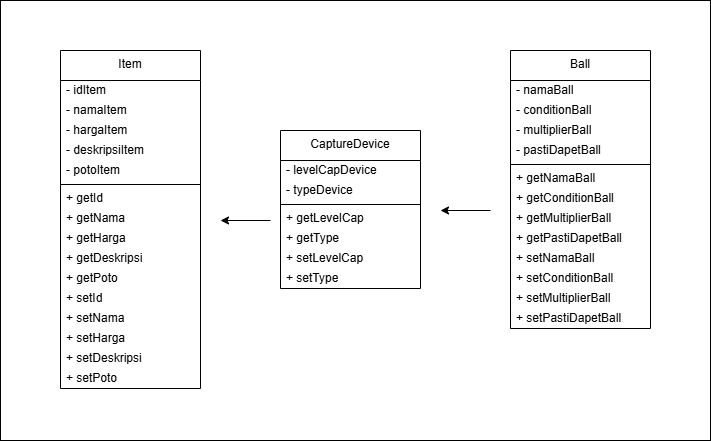
HasbieAssyattar/TP2DPBO2526C1 keeps this draw.io diagram as desain.png. Above is the earlier version. Source tidied: cells renumbered, new cells last; positions are measured from the earlier drawing's top-left corner, leaving out a move shared by most shapes.
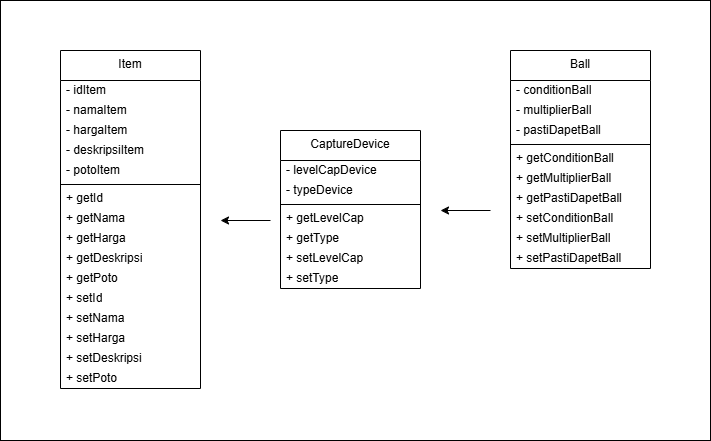
After the change.

Commit message:
cpp beres + desain baru

Diff of the diagram source:
```diff
@@ -81,46 +81,37 @@
       <mxGeometry y="138" width="140" height="20" as="geometry" />
     </mxCell>
     <mxCell id="28" value="Ball" style="swimlane;fontStyle=0;align=center;verticalAlign=top;horizontal=1;startSize=30;html=1;whiteSpace=wrap;" parent="1" vertex="1">
-      <mxGeometry x="510" y="50" width="140" height="278" as="geometry" />
+      <mxGeometry x="510" y="50" width="140" height="218" as="geometry" />
     </mxCell>
-    <mxCell id="29" value="- namaBall" style="text;html=1;strokeColor=none;fillColor=none;align=left;verticalAlign=middle;spacingLeft=4;spacingRight=4;overflow=hidden;whiteSpace=wrap;" parent="28" vertex="1">
-      <mxGeometry y="30" width="140" height="20" as="geometry" />
-    </mxCell>
     <mxCell id="30" value="- conditionBall" style="text;html=1;strokeColor=none;fillColor=none;align=left;verticalAlign=middle;spacingLeft=4;spacingRight=4;overflow=hidden;whiteSpace=wrap;" parent="28" vertex="1">
-      <mxGeometry y="50" width="140" height="20" as="geometry" />
+      <mxGeometry y="30" width="140" height="20" as="geometry" />
     </mxCell>
     <mxCell id="31" value="- multiplierBall" style="text;html=1;strokeColor=none;fillColor=none;align=left;verticalAlign=middle;spacingLeft=4;spacingRight=4;overflow=hidden;whiteSpace=wrap;" parent="28" vertex="1">
-      <mxGeometry y="70" width="140" height="20" as="geometry" />
+      <mxGeometry y="50" width="140" height="20" as="geometry" />
     </mxCell>
     <mxCell id="32" value="- pastiDapetBall" style="text;html=1;strokeColor=none;fillColor=none;align=left;verticalAlign=middle;spacingLeft=4;spacingRight=4;overflow=hidden;whiteSpace=wrap;" parent="28" vertex="1">
-      <mxGeometry y="90" width="140" height="20" as="geometry" />
+      <mxGeometry y="70" width="140" height="20" as="geometry" />
     </mxCell>
     <mxCell id="33" style="line;strokeWidth=1;fillColor=none;align=left;verticalAlign=middle;spacingTop=-1;spacingLeft=3;spacingRight=3;labelPosition=right;" parent="28" vertex="1">
-      <mxGeometry y="110" width="140" height="8" as="geometry" />
+      <mxGeometry y="90" width="140" height="8" as="geometry" />
     </mxCell>
-    <mxCell id="34" value="+ getNamaBall" style="text;html=1;strokeColor=none;fillColor=none;align=left;verticalAlign=middle;spacingLeft=4;spacingRight=4;overflow=hidden;whiteSpace=wrap;" parent="28" vertex="1">
-      <mxGeometry y="118" width="140" height="20" as="geometry" />
-    </mxCell>
     <mxCell id="35" value="+ getC&lt;span style=&quot;color: rgb(0, 0, 0);&quot;&gt;onditionBall&lt;/span&gt;" style="text;html=1;strokeColor=none;fillColor=none;align=left;verticalAlign=middle;spacingLeft=4;spacingRight=4;overflow=hidden;whiteSpace=wrap;" parent="28" vertex="1">
-      <mxGeometry y="138" width="140" height="20" as="geometry" />
+      <mxGeometry y="98" width="140" height="20" as="geometry" />
     </mxCell>
     <mxCell id="36" value="+ getM&lt;span style=&quot;color: rgb(0, 0, 0);&quot;&gt;ultiplierBall&lt;/span&gt;" style="text;html=1;strokeColor=none;fillColor=none;align=left;verticalAlign=middle;spacingLeft=4;spacingRight=4;overflow=hidden;whiteSpace=wrap;" parent="28" vertex="1">
-      <mxGeometry y="158" width="140" height="20" as="geometry" />
+      <mxGeometry y="118" width="140" height="20" as="geometry" />
     </mxCell>
     <mxCell id="37" value="+ getP&lt;span style=&quot;color: rgb(0, 0, 0);&quot;&gt;astiDapetBall&lt;/span&gt;" style="text;html=1;strokeColor=none;fillColor=none;align=left;verticalAlign=middle;spacingLeft=4;spacingRight=4;overflow=hidden;whiteSpace=wrap;" parent="28" vertex="1">
-      <mxGeometry y="178" width="140" height="20" as="geometry" />
+      <mxGeometry y="138" width="140" height="20" as="geometry" />
     </mxCell>
-    <mxCell id="38" value="+ set&lt;span style=&quot;color: rgb(0, 0, 0);&quot;&gt;NamaBall&lt;/span&gt;&amp;nbsp;" style="text;html=1;strokeColor=none;fillColor=none;align=left;verticalAlign=middle;spacingLeft=4;spacingRight=4;overflow=hidden;whiteSpace=wrap;" parent="28" vertex="1">
-      <mxGeometry y="198" width="140" height="20" as="geometry" />
-    </mxCell>
     <mxCell id="39" value="+ set&lt;span style=&quot;color: rgb(0, 0, 0);&quot;&gt;C&lt;/span&gt;&lt;span style=&quot;scrollbar-color: rgb(226, 226, 226) rgb(251, 251, 251); color: rgb(0, 0, 0);&quot;&gt;onditionBall&lt;/span&gt;" style="text;html=1;strokeColor=none;fillColor=none;align=left;verticalAlign=middle;spacingLeft=4;spacingRight=4;overflow=hidden;whiteSpace=wrap;" parent="28" vertex="1">
-      <mxGeometry y="218" width="140" height="20" as="geometry" />
+      <mxGeometry y="158" width="140" height="20" as="geometry" />
     </mxCell>
     <mxCell id="40" value="+ set&lt;span style=&quot;color: rgb(0, 0, 0);&quot;&gt;M&lt;/span&gt;&lt;span style=&quot;scrollbar-color: rgb(226, 226, 226) rgb(251, 251, 251); color: rgb(0, 0, 0);&quot;&gt;ultiplierBall&lt;/span&gt;" style="text;html=1;strokeColor=none;fillColor=none;align=left;verticalAlign=middle;spacingLeft=4;spacingRight=4;overflow=hidden;whiteSpace=wrap;" parent="28" vertex="1">
-      <mxGeometry y="238" width="140" height="20" as="geometry" />
+      <mxGeometry y="178" width="140" height="20" as="geometry" />
     </mxCell>
     <mxCell id="41" value="+ set&lt;span style=&quot;color: rgb(0, 0, 0);&quot;&gt;P&lt;/span&gt;&lt;span style=&quot;scrollbar-color: rgb(226, 226, 226) rgb(251, 251, 251); color: rgb(0, 0, 0);&quot;&gt;astiDapetBall&lt;/span&gt;" style="text;html=1;strokeColor=none;fillColor=none;align=left;verticalAlign=middle;spacingLeft=4;spacingRight=4;overflow=hidden;whiteSpace=wrap;" parent="28" vertex="1">
-      <mxGeometry y="258" width="140" height="20" as="geometry" />
+      <mxGeometry y="198" width="140" height="20" as="geometry" />
     </mxCell>
     <mxCell id="42" style="edgeStyle=none;orthogonalLoop=1;jettySize=auto;html=1;" parent="1" edge="1">
       <mxGeometry relative="1" as="geometry">
```
